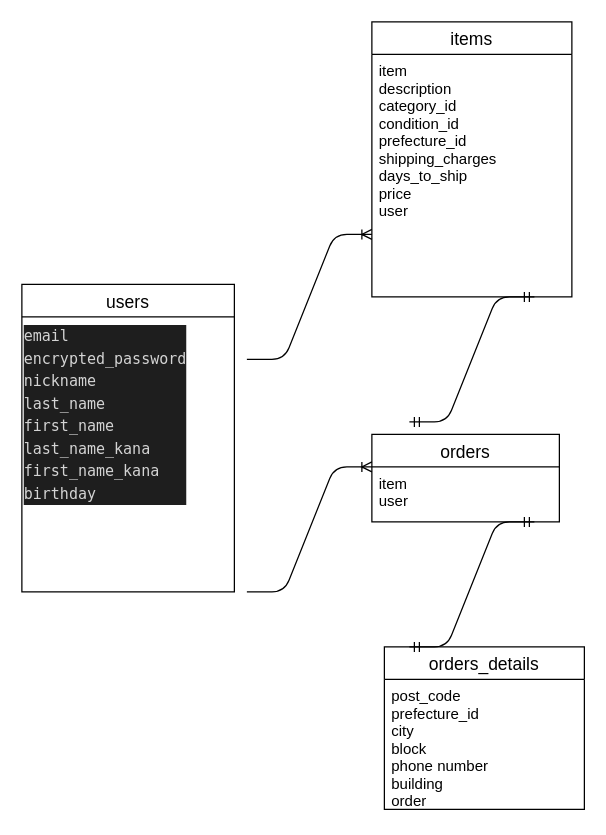
Above: furima.dio in YukaTsukioka/furima-38034 (draw.io), before the change. Source tidied: cells renumbered, new cells numbered last; positions are measured from the earlier drawing's top-left corner, leaving out a move shared by most shapes. Both pictures are drawn from the tidied source at 125%, with x=0, y=0 at pixel (21, 21).
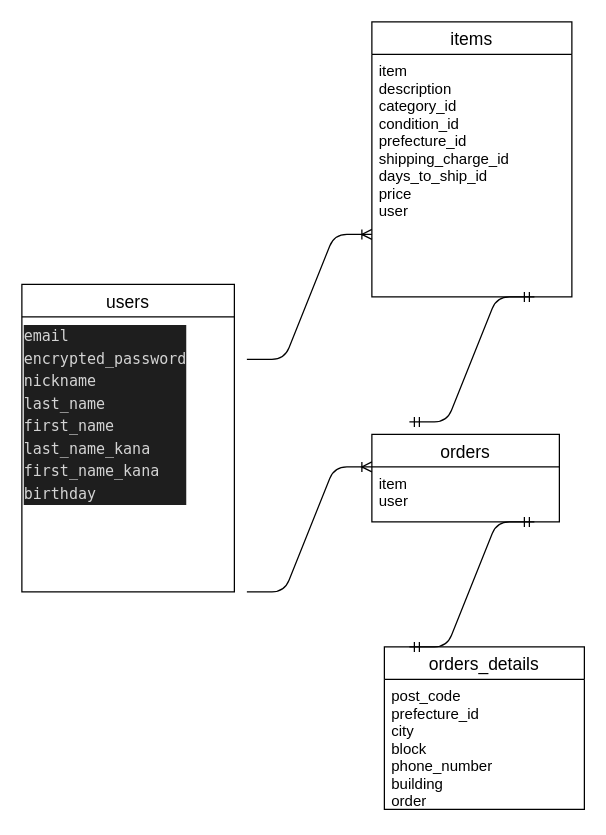
Above is the later version.

Commit message:
ER図の再修正

What changed in the source:
```diff
@@
 <mxGraphModel>
   <root>
     <mxCell id="0" />
     <mxCell id="1" parent="0" />
     <mxCell id="2" value="users" style="swimlane;fontStyle=0;horizontal=1;startSize=26;align=center;fontSize=14;" parent="1" vertex="1">
       <mxGeometry y="210" width="170" height="246" as="geometry" />
     </mxCell>
     <mxCell id="3" value="&lt;div style=&quot;color: rgb(212 , 212 , 212) ; background-color: rgb(30 , 30 , 30) ; font-family: &amp;#34;menlo&amp;#34; , &amp;#34;monaco&amp;#34; , &amp;#34;courier new&amp;#34; , monospace ; font-weight: normal ; font-size: 12px ; line-height: 18px&quot;&gt;&lt;div&gt;&lt;span style=&quot;color: #d4d4d4&quot;&gt; email &lt;/span&gt;&lt;/div&gt;&lt;div&gt;&lt;div style=&quot;font-family: &amp;#34;menlo&amp;#34; , &amp;#34;monaco&amp;#34; , &amp;#34;courier new&amp;#34; , monospace ; line-height: 18px&quot;&gt; encrypted_password&lt;/div&gt;&lt;/div&gt;&lt;div style=&quot;font-family: &amp;#34;menlo&amp;#34; , &amp;#34;monaco&amp;#34; , &amp;#34;courier new&amp;#34; , monospace ; line-height: 18px&quot;&gt;&lt;div style=&quot;line-height: 18px&quot;&gt; nickname&lt;/div&gt;&lt;div style=&quot;line-height: 18px&quot;&gt;&lt;div style=&quot;line-height: 18px&quot;&gt;last_name&lt;/div&gt;&lt;div style=&quot;line-height: 18px&quot;&gt;&lt;div style=&quot;line-height: 18px&quot;&gt;first_name &lt;/div&gt;&lt;div style=&quot;line-height: 18px&quot;&gt;&lt;div style=&quot;line-height: 18px&quot;&gt;last_name_kana &lt;/div&gt;&lt;div style=&quot;line-height: 18px&quot;&gt;&lt;div style=&quot;line-height: 18px&quot;&gt;first_name_kana&lt;/div&gt;&lt;div style=&quot;line-height: 18px&quot;&gt;&lt;div style=&quot;line-height: 18px&quot;&gt;birthday&lt;/div&gt;&lt;/div&gt;&lt;/div&gt;&lt;/div&gt;&lt;/div&gt;&lt;/div&gt;&lt;/div&gt;&lt;/div&gt;" style="text;whiteSpace=wrap;html=1;" parent="2" vertex="1">
       <mxGeometry y="26" width="170" height="220" as="geometry" />
     </mxCell>
     <mxCell id="4" value="orders" style="swimlane;fontStyle=0;horizontal=1;startSize=26;align=center;fontSize=14;" parent="1" vertex="1">
       <mxGeometry x="280" y="330" width="150" height="70" as="geometry" />
     </mxCell>
     <mxCell id="5" value="item &#10; user" style="text;strokeColor=none;fillColor=none;spacingLeft=4;spacingRight=4;overflow=hidden;fontSize=12;" parent="4" vertex="1">
       <mxGeometry y="26" width="150" height="44" as="geometry" />
     </mxCell>
     <mxCell id="6" value=" orders_details" style="swimlane;fontStyle=0;horizontal=1;startSize=26;align=center;fontSize=14;" parent="1" vertex="1">
       <mxGeometry x="290" y="500" width="160" height="130" as="geometry" />
     </mxCell>
-    <mxCell id="7" value=" post_code&#10;prefecture_id&#10;city&#10;block&#10;phone number&#10;building &#10;order&#10;" style="text;strokeColor=none;fillColor=none;spacingLeft=4;spacingRight=4;overflow=hidden;fontSize=12;" parent="6" vertex="1">
+    <mxCell id="7" value=" post_code&#10;prefecture_id&#10;city&#10;block&#10;phone_number&#10;building &#10;order&#10;" style="text;strokeColor=none;fillColor=none;spacingLeft=4;spacingRight=4;overflow=hidden;fontSize=12;" parent="6" vertex="1">
       <mxGeometry y="26" width="160" height="104" as="geometry" />
     </mxCell>
     <mxCell id="8" value="items" style="swimlane;fontStyle=0;horizontal=1;startSize=26;align=center;fontSize=14;" parent="1" vertex="1">
       <mxGeometry x="280" width="160" height="220" as="geometry" />
     </mxCell>
-    <mxCell id="9" value=" item &#10; description&#10; category_id &#10;condition_id&#10; prefecture_id &#10;shipping_charges&#10;days_to_ship &#10;price&#10;user " style="text;strokeColor=none;fillColor=none;spacingLeft=4;spacingRight=4;overflow=hidden;fontSize=12;" parent="8" vertex="1">
+    <mxCell id="9" value=" item &#10; description&#10; category_id &#10;condition_id&#10; prefecture_id &#10;shipping_charge_id&#10;days_to_ship_id&#10;price&#10;user " style="text;strokeColor=none;fillColor=none;spacingLeft=4;spacingRight=4;overflow=hidden;fontSize=12;" parent="8" vertex="1">
       <mxGeometry y="26" width="160" height="194" as="geometry" />
     </mxCell>
     <mxCell id="10" style="edgeStyle=entityRelationEdgeStyle;fontSize=12;html=1;endArrow=ERoneToMany;" parent="1" edge="1">
       <mxGeometry relative="1" as="geometry">
         <mxPoint x="180" y="270" as="sourcePoint" />
         <mxPoint x="280" y="170" as="targetPoint" />
       </mxGeometry>
     </mxCell>
     <mxCell id="11" style="edgeStyle=entityRelationEdgeStyle;fontSize=12;html=1;endArrow=ERoneToMany;" parent="1" edge="1">
       <mxGeometry relative="1" as="geometry">
         <mxPoint x="180" y="456" as="sourcePoint" />
         <mxPoint x="280" y="356" as="targetPoint" />
       </mxGeometry>
     </mxCell>
     <mxCell id="12" style="edgeStyle=entityRelationEdgeStyle;fontSize=12;html=1;endArrow=ERmandOne;startArrow=ERmandOne;" parent="1" edge="1">
       <mxGeometry relative="1" as="geometry">
         <mxPoint x="310" y="320" as="sourcePoint" />
         <mxPoint x="410" y="220" as="targetPoint" />
       </mxGeometry>
     </mxCell>
     <mxCell id="13" style="edgeStyle=entityRelationEdgeStyle;fontSize=12;html=1;endArrow=ERmandOne;startArrow=ERmandOne;" parent="1" edge="1">
       <mxGeometry relative="1" as="geometry">
         <mxPoint x="310" y="500" as="sourcePoint" />
         <mxPoint x="410" y="400" as="targetPoint" />
       </mxGeometry>
     </mxCell>
   </root>
 </mxGraphModel>
```
